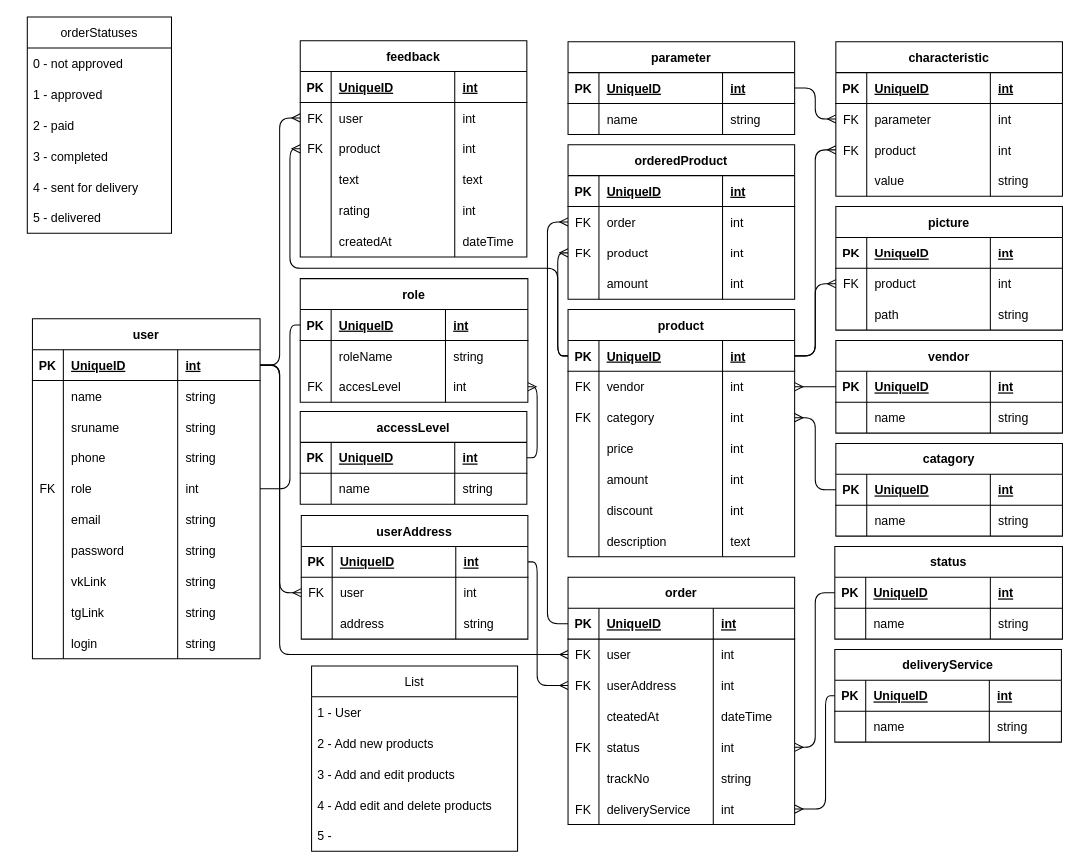
This is VoiakaGM.drawio from TMWAG/voiakaGM-shop, a draw.io file, before an edit. Source tidied: cells renumbered, new cells numbered last; positions are measured from the earlier drawing's top-left corner, leaving out a move shared by most shapes. Both pictures are drawn from the tidied source at 103%, with x=0, y=0 at pixel (27, 16).
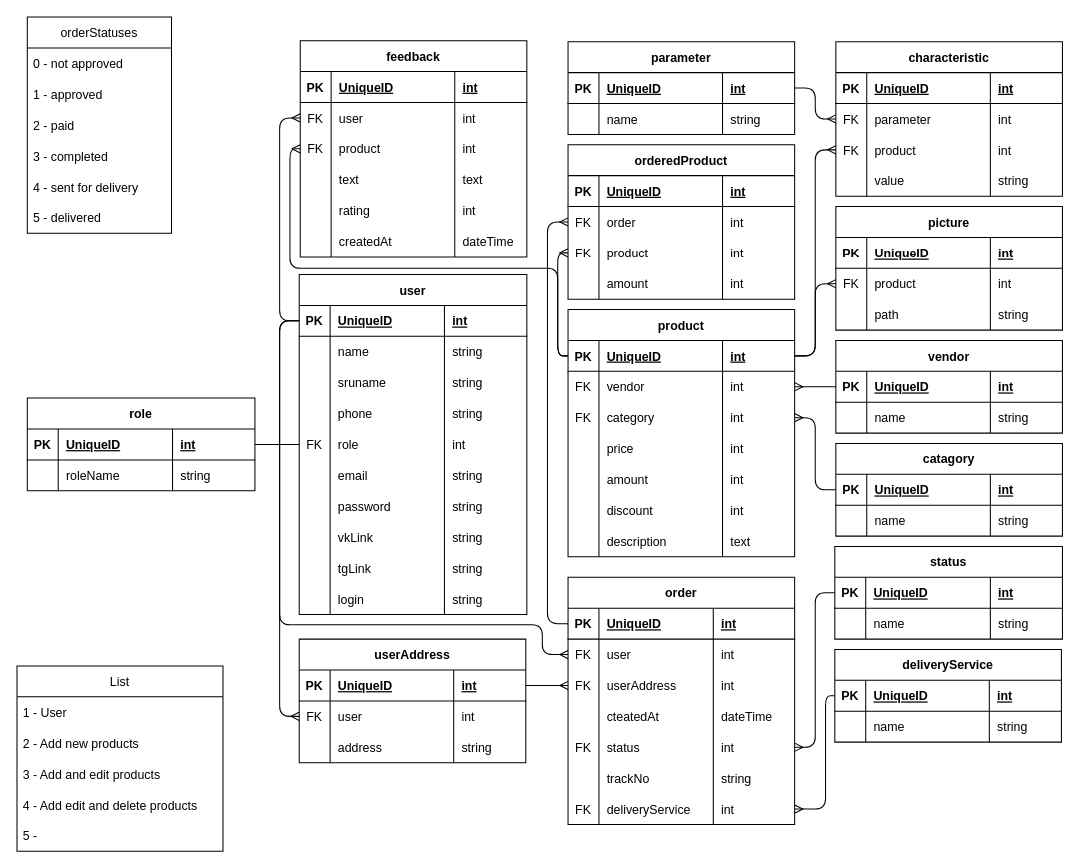
The same diagram, later.

Commit message:
removed unused tables

Unchanged cells that the change refers to:
```xml
<mxCell id="3" style="shape=tableRow;horizontal=0;startSize=0;swimlaneHead=0;swimlaneBody=0;fillColor=none;points=[[0,0.5],[1,0.5]];portConstraint=eastwest;top=0;left=0;right=0;bottom=1;" parent="2" vertex="1">
  <mxGeometry y="30" width="221" height="30" as="geometry" />
</mxCell>
<mxCell id="19" style="shape=tableRow;horizontal=0;startSize=0;swimlaneHead=0;swimlaneBody=0;fillColor=none;points=[[0,0.5],[1,0.5]];portConstraint=eastwest;top=0;left=0;right=0;bottom=0;" parent="2" vertex="1">
  <mxGeometry y="150" width="221" height="30" as="geometry" />
</mxCell>
<mxCell id="44" style="shape=tableRow;horizontal=0;startSize=0;swimlaneHead=0;swimlaneBody=0;fillColor=none;points=[[0,0.5],[1,0.5]];portConstraint=eastwest;top=0;left=0;right=0;bottom=1;" parent="43" vertex="1">
  <mxGeometry y="30" width="221" height="30" as="geometry" />
</mxCell>
<mxCell id="124" style="shape=tableRow;horizontal=0;startSize=0;swimlaneHead=0;swimlaneBody=0;fillColor=none;points=[[0,0.5],[1,0.5]];portConstraint=eastwest;top=0;left=0;right=0;bottom=0;" parent="119" vertex="1">
  <mxGeometry y="60" width="220" height="30" as="geometry" />
</mxCell>
<mxCell id="128" style="shape=tableRow;horizontal=0;startSize=0;swimlaneHead=0;swimlaneBody=0;fillColor=none;points=[[0,0.5],[1,0.5]];portConstraint=eastwest;top=0;left=0;right=0;bottom=0;" parent="119" vertex="1">
  <mxGeometry y="90" width="220" height="30" as="geometry" />
</mxCell>
<mxCell id="201" style="shape=tableRow;horizontal=0;startSize=0;swimlaneHead=0;swimlaneBody=0;fillColor=none;points=[[0,0.5],[1,0.5]];portConstraint=eastwest;top=0;left=0;right=0;bottom=0;" parent="196" vertex="1">
  <mxGeometry y="60" width="220" height="30" as="geometry" />
</mxCell>
<mxCell id="235" style="shape=tableRow;horizontal=0;startSize=0;swimlaneHead=0;swimlaneBody=0;fillColor=none;points=[[0,0.5],[1,0.5]];portConstraint=eastwest;top=0;left=0;right=0;bottom=1;" parent="234" vertex="1">
  <mxGeometry y="30" width="220" height="30" as="geometry" />
</mxCell>
<mxCell id="239" style="shape=tableRow;horizontal=0;startSize=0;swimlaneHead=0;swimlaneBody=0;fillColor=none;points=[[0,0.5],[1,0.5]];portConstraint=eastwest;top=0;left=0;right=0;bottom=0;" parent="234" vertex="1">
  <mxGeometry y="60" width="220" height="30" as="geometry" />
</mxCell>
```

Change to the diagram source:
```diff
@@
     <mxCell id="2" value="user" style="shape=table;startSize=30;childLayout=tableLayout;rowLines=0;fontStyle=1;align=center;" parent="1" vertex="1">
-      <mxGeometry x="5" y="293" width="221" height="330" as="geometry" />
+      <mxGeometry x="264" y="250" width="221" height="330" as="geometry" />
     </mxCell>
@@
     <mxCell id="43" value="role" style="shape=table;startSize=30;childLayout=tableLayout;rowLines=0;fontStyle=1;align=center;" parent="1" vertex="1">
-      <mxGeometry x="265" y="254" width="221" height="120" as="geometry" />
+      <mxGeometry y="370" width="221" height="90" as="geometry" />
     </mxCell>
@@
-    <mxCell id="52" style="shape=tableRow;horizontal=0;startSize=0;swimlaneHead=0;swimlaneBody=0;fillColor=none;points=[[0,0.5],[1,0.5]];portConstraint=eastwest;top=0;left=0;right=0;bottom=0;" parent="43" vertex="1">
-      <mxGeometry y="90" width="221" height="30" as="geometry" />
-    </mxCell>
-    <mxCell id="53" value="FK" style="shape=partialRectangle;fillColor=none;top=0;left=0;bottom=0;right=0;overflow=hidden;" parent="52" vertex="1">
-      <mxGeometry width="30" height="30" as="geometry" />
-    </mxCell>
-    <mxCell id="54" value="accesLevel" style="shape=partialRectangle;fillColor=none;top=0;left=0;bottom=0;right=0;align=left;spacingLeft=6;overflow=hidden;" parent="52" vertex="1">
-      <mxGeometry x="30" width="111" height="30" as="geometry" />
-    </mxCell>
-    <mxCell id="55" value="int" style="shape=partialRectangle;fillColor=none;top=0;left=0;bottom=0;right=0;align=left;spacingLeft=6;overflow=hidden;" parent="52" vertex="1">
-      <mxGeometry x="141" width="80" height="30" as="geometry" />
-    </mxCell>
@@
-    <mxCell id="105" style="edgeStyle=orthogonalEdgeStyle;rounded=1;jettySize=auto;html=1;exitX=1;exitY=0.5;exitDx=0;exitDy=0;entryX=0;entryY=0.5;entryDx=0;entryDy=0;strokeWidth=1;endArrow=none;endFill=0;" parent="1" edge="1" source="19" target="44">
+    <mxCell id="105" style="edgeStyle=orthogonalEdgeStyle;rounded=1;jettySize=auto;html=1;exitX=0;exitY=0.5;exitDx=0;exitDy=0;entryX=1;entryY=0.5;entryDx=0;entryDy=0;strokeWidth=1;endArrow=none;endFill=0;" parent="1" edge="1" source="19" target="44">
       <mxGeometry relative="1" as="geometry">
         <Array as="points">
-          <mxPoint x="255" y="458" />
-          <mxPoint x="255" y="299" />
+          <mxPoint x="240" y="415" />
+          <mxPoint x="240" y="415" />
         </Array>
       </mxGeometry>
     </mxCell>
@@
-    <mxCell id="148" style="edgeStyle=orthogonalEdgeStyle;rounded=1;jettySize=auto;html=1;exitX=1;exitY=0.5;exitDx=0;exitDy=0;strokeWidth=1;startArrow=none;startFill=0;endArrow=ERmany;endFill=0;entryX=0;entryY=0.5;entryDx=0;entryDy=0;" parent="1" edge="1" source="3" target="124">
+    <mxCell id="148" style="edgeStyle=orthogonalEdgeStyle;rounded=1;jettySize=auto;html=1;exitX=0;exitY=0.5;exitDx=0;exitDy=0;strokeWidth=1;startArrow=none;startFill=0;endArrow=ERmany;endFill=0;entryX=0;entryY=0.5;entryDx=0;entryDy=0;" parent="1" edge="1" source="3" target="124">
       <mxGeometry relative="1" as="geometry">
         <Array as="points">
-          <mxPoint x="245" y="338" />
-          <mxPoint x="245" y="619" />
+          <mxPoint x="245" y="295" />
+          <mxPoint x="245" y="590" />
+          <mxPoint x="500" y="590" />
+          <mxPoint x="500" y="619" />
         </Array>
       </mxGeometry>
     </mxCell>
@@
-    <mxCell id="221" style="edgeStyle=orthogonalEdgeStyle;rounded=1;jettySize=auto;html=1;exitX=1;exitY=0.5;exitDx=0;exitDy=0;entryX=0;entryY=0.5;entryDx=0;entryDy=0;endArrow=ERmany;endFill=0;" parent="1" edge="1" source="3" target="201">
+    <mxCell id="221" style="edgeStyle=orthogonalEdgeStyle;rounded=1;jettySize=auto;html=1;exitX=0;exitY=0.5;exitDx=0;exitDy=0;entryX=0;entryY=0.5;entryDx=0;entryDy=0;endArrow=ERmany;endFill=0;" parent="1" edge="1" source="3" target="201">
       <mxGeometry relative="1" as="geometry">
         <Array as="points">
-          <mxPoint x="245" y="338" />
+          <mxPoint x="245" y="295" />
           <mxPoint x="245" y="98" />
         </Array>
       </mxGeometry>
     </mxCell>
@@
-    <mxCell id="223" value="accessLevel" style="shape=table;startSize=30;childLayout=tableLayout;rowLines=0;fontStyle=1;align=center;" parent="1" vertex="1">
-      <mxGeometry x="265" y="383" width="220" height="90" as="geometry" />
-    </mxCell>
-    <mxCell id="224" style="shape=tableRow;horizontal=0;startSize=0;swimlaneHead=0;swimlaneBody=0;fillColor=none;points=[[0,0.5],[1,0.5]];portConstraint=eastwest;top=0;left=0;right=0;bottom=1;" parent="223" vertex="1">
-      <mxGeometry y="30" width="220" height="30" as="geometry" />
-    </mxCell>
-    <mxCell id="225" value="PK" style="shape=partialRectangle;fillColor=none;top=0;left=0;bottom=0;right=0;fontStyle=1;overflow=hidden;" parent="224" vertex="1">
-      <mxGeometry width="30" height="30" as="geometry" />
-    </mxCell>
-    <mxCell id="226" value="UniqueID" style="shape=partialRectangle;fillColor=none;top=0;left=0;bottom=0;right=0;align=left;spacingLeft=6;fontStyle=5;overflow=hidden;" parent="224" vertex="1">
-      <mxGeometry x="30" width="120" height="30" as="geometry" />
-    </mxCell>
-    <mxCell id="227" value="int" style="shape=partialRectangle;fillColor=none;top=0;left=0;bottom=0;right=0;align=left;spacingLeft=6;fontStyle=5;overflow=hidden;" parent="224" vertex="1">
-      <mxGeometry x="150" width="70" height="30" as="geometry" />
-    </mxCell>
-    <mxCell id="228" style="shape=tableRow;horizontal=0;startSize=0;swimlaneHead=0;swimlaneBody=0;fillColor=none;top=0;left=0;right=0;bottom=0;" parent="223" vertex="1">
-      <mxGeometry y="60" width="220" height="30" as="geometry" />
-    </mxCell>
-    <mxCell id="229" style="shape=partialRectangle;fillColor=none;top=0;left=0;bottom=0;right=0;overflow=hidden;" parent="228" vertex="1">
-      <mxGeometry width="30" height="30" as="geometry" />
-    </mxCell>
-    <mxCell id="230" value="name" style="shape=partialRectangle;fillColor=none;top=0;left=0;bottom=0;right=0;align=left;spacingLeft=6;overflow=hidden;" parent="228" vertex="1">
-      <mxGeometry x="30" width="120" height="30" as="geometry" />
-    </mxCell>
-    <mxCell id="231" value="string" style="shape=partialRectangle;fillColor=none;top=0;left=0;bottom=0;right=0;align=left;spacingLeft=6;overflow=hidden;" parent="228" vertex="1">
-      <mxGeometry x="150" width="70" height="30" as="geometry" />
-    </mxCell>
-    <mxCell id="232" style="edgeStyle=orthogonalEdgeStyle;rounded=1;jettySize=auto;html=1;exitX=1;exitY=0.5;exitDx=0;exitDy=0;entryX=1;entryY=0.5;entryDx=0;entryDy=0;endArrow=ERmany;endFill=0;" parent="1" edge="1" source="224" target="52">
-      <mxGeometry relative="1" as="geometry">
-        <Array as="points">
-          <mxPoint x="495" y="428" />
-          <mxPoint x="495" y="359" />
-        </Array>
-      </mxGeometry>
-    </mxCell>
@@
     <mxCell id="234" value="userAddress" style="shape=table;startSize=30;childLayout=tableLayout;rowLines=0;fontStyle=1;align=center;" parent="1" vertex="1">
-      <mxGeometry x="266" y="484" width="220" height="120" as="geometry" />
+      <mxGeometry x="264" y="604" width="220" height="120" as="geometry" />
     </mxCell>
@@
     <mxCell id="247" style="edgeStyle=orthogonalEdgeStyle;rounded=1;jettySize=auto;html=1;exitX=1;exitY=0.5;exitDx=0;exitDy=0;endArrow=ERmany;endFill=0;entryX=0;entryY=0.5;entryDx=0;entryDy=0;" parent="1" edge="1" source="235" target="128">
       <mxGeometry relative="1" as="geometry">
         <Array as="points">
-          <mxPoint x="495" y="529" />
-          <mxPoint x="495" y="649" />
+          <mxPoint x="484" y="649" />
         </Array>
       </mxGeometry>
     </mxCell>
-    <mxCell id="248" style="edgeStyle=orthogonalEdgeStyle;rounded=1;jettySize=auto;html=1;exitX=1;exitY=0.5;exitDx=0;exitDy=0;entryX=0;entryY=0.5;entryDx=0;entryDy=0;endArrow=ERmany;endFill=0;" parent="1" edge="1" source="3" target="239">
+    <mxCell id="248" style="edgeStyle=orthogonalEdgeStyle;rounded=1;jettySize=auto;html=1;exitX=0;exitY=0.5;exitDx=0;exitDy=0;entryX=0;entryY=0.5;entryDx=0;entryDy=0;endArrow=ERmany;endFill=0;" parent="1" edge="1" source="3" target="239">
       <mxGeometry relative="1" as="geometry">
         <Array as="points">
-          <mxPoint x="245" y="338" />
-          <mxPoint x="245" y="559" />
+          <mxPoint x="245" y="295" />
+          <mxPoint x="245" y="679" />
         </Array>
       </mxGeometry>
     </mxCell>
@@
     <mxCell id="276" value="List" style="swimlane;fontStyle=0;horizontal=1;startSize=30;" parent="1" vertex="1">
-      <mxGeometry x="276" y="630" width="200" height="180" as="geometry" />
+      <mxGeometry x="-10" y="630" width="200" height="180" as="geometry" />
     </mxCell>
```
